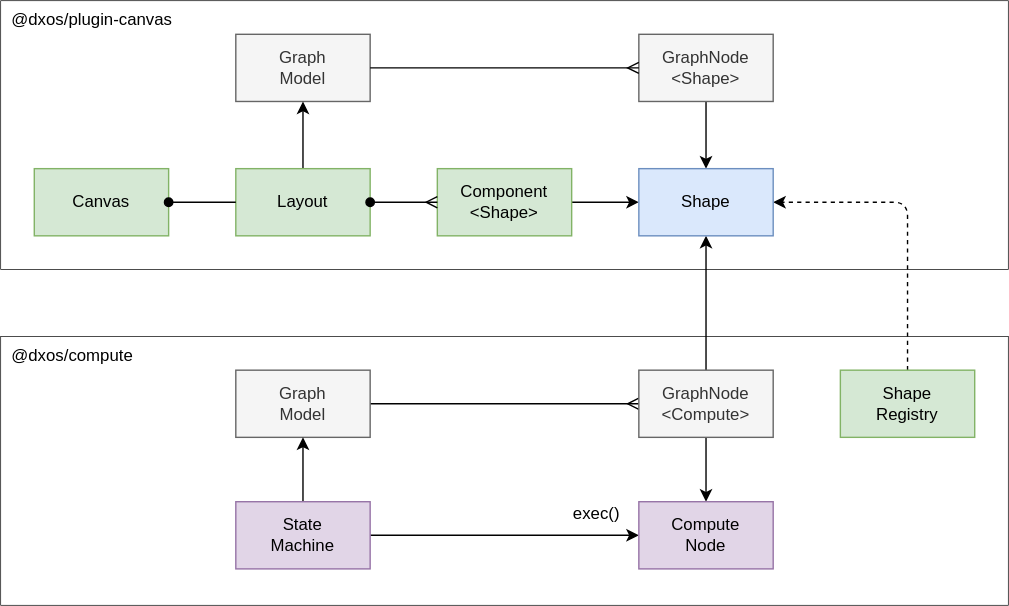
The draw.io diagram packages/plugins/experimental/plugin-canvas/src/compute/compute.drawio.svg in dxos/dxos, before a commit. Source tidied: cells renumbered, new cells last; positions are measured from the earlier drawing's top-left corner, leaving out a move shared by most shapes.
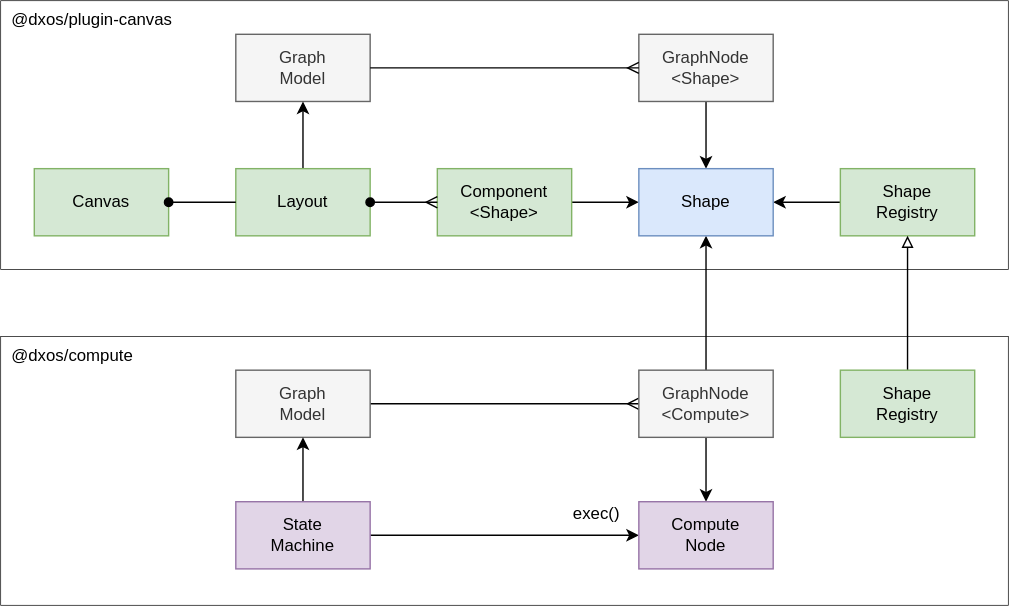
The same diagram one commit later.

The edit, as a diff of the source:
```diff
@@ -47,15 +47,11 @@
     <mxCell id="16" value="Component&lt;br&gt;&amp;lt;Shape&amp;gt;" style="rounded=0;whiteSpace=wrap;html=1;fillColor=#d5e8d4;strokeColor=#82b366;" parent="1" vertex="1">
       <mxGeometry x="312" y="120" width="96" height="48" as="geometry" />
     </mxCell>
-    <mxCell id="17" style="edgeStyle=none;html=1;startArrow=none;startFill=0;endArrow=classic;endFill=1;dashed=1;" parent="1" edge="1" source="18" target="22">
-      <mxGeometry relative="1" as="geometry">
-        <Array as="points">
-          <mxPoint x="648" y="144" />
-        </Array>
-      </mxGeometry>
+    <mxCell id="17" style="edgeStyle=none;html=1;exitX=0;exitY=0.5;exitDx=0;exitDy=0;endArrow=classic;endFill=1;" parent="1" edge="1" source="18" target="22">
+      <mxGeometry relative="1" as="geometry" />
     </mxCell>
     <mxCell id="18" value="Shape&lt;br&gt;Registry" style="rounded=0;whiteSpace=wrap;html=1;fillColor=#d5e8d4;strokeColor=#82b366;" parent="1" vertex="1">
-      <mxGeometry x="600" y="264" width="96" height="48" as="geometry" />
+      <mxGeometry x="600" y="120" width="96" height="48" as="geometry" />
     </mxCell>
     <mxCell id="19" value="Layout" style="rounded=0;whiteSpace=wrap;html=1;fillColor=#d5e8d4;strokeColor=#82b366;" parent="1" vertex="1">
       <mxGeometry x="168" y="120" width="96" height="48" as="geometry" />
@@ -84,5 +80,11 @@
     <mxCell id="27" value="exec()" style="text;html=1;strokeColor=none;fillColor=none;align=center;verticalAlign=middle;whiteSpace=wrap;rounded=0;" parent="1" vertex="1">
       <mxGeometry x="396" y="352" width="60" height="30" as="geometry" />
     </mxCell>
+    <mxCell id="28" style="edgeStyle=none;html=1;exitX=0.5;exitY=0;exitDx=0;exitDy=0;endArrow=block;endFill=0;" parent="1" edge="1" source="29" target="18">
+      <mxGeometry relative="1" as="geometry" />
+    </mxCell>
+    <mxCell id="29" value="Shape&lt;br&gt;Registry" style="rounded=0;whiteSpace=wrap;html=1;fillColor=#d5e8d4;strokeColor=#82b366;" parent="1" vertex="1">
+      <mxGeometry x="600" y="264" width="96" height="48" as="geometry" />
+    </mxCell>
   </root>
 </mxGraphModel>
```
